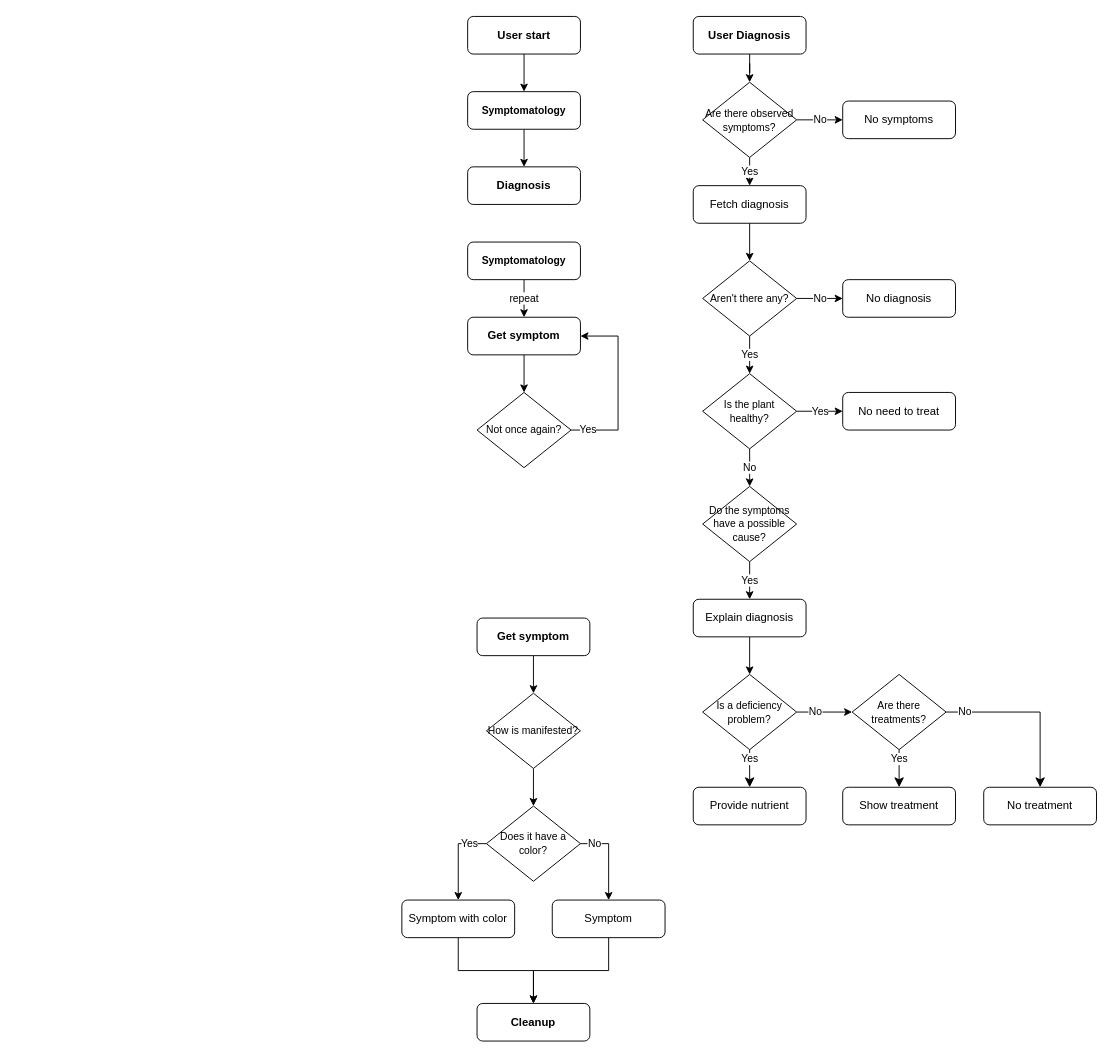
The draw.io diagram docs/user_mode_rules.drawio in francescoperagine/GreMaES, before the edit. Source tidied: cells renumbered, new cells numbered last; positions are measured from the earlier drawing's top-left corner, leaving out a move shared by most shapes. Both pictures are drawn from the tidied source at 94%, with x=0, y=0 at pixel (401, 16).
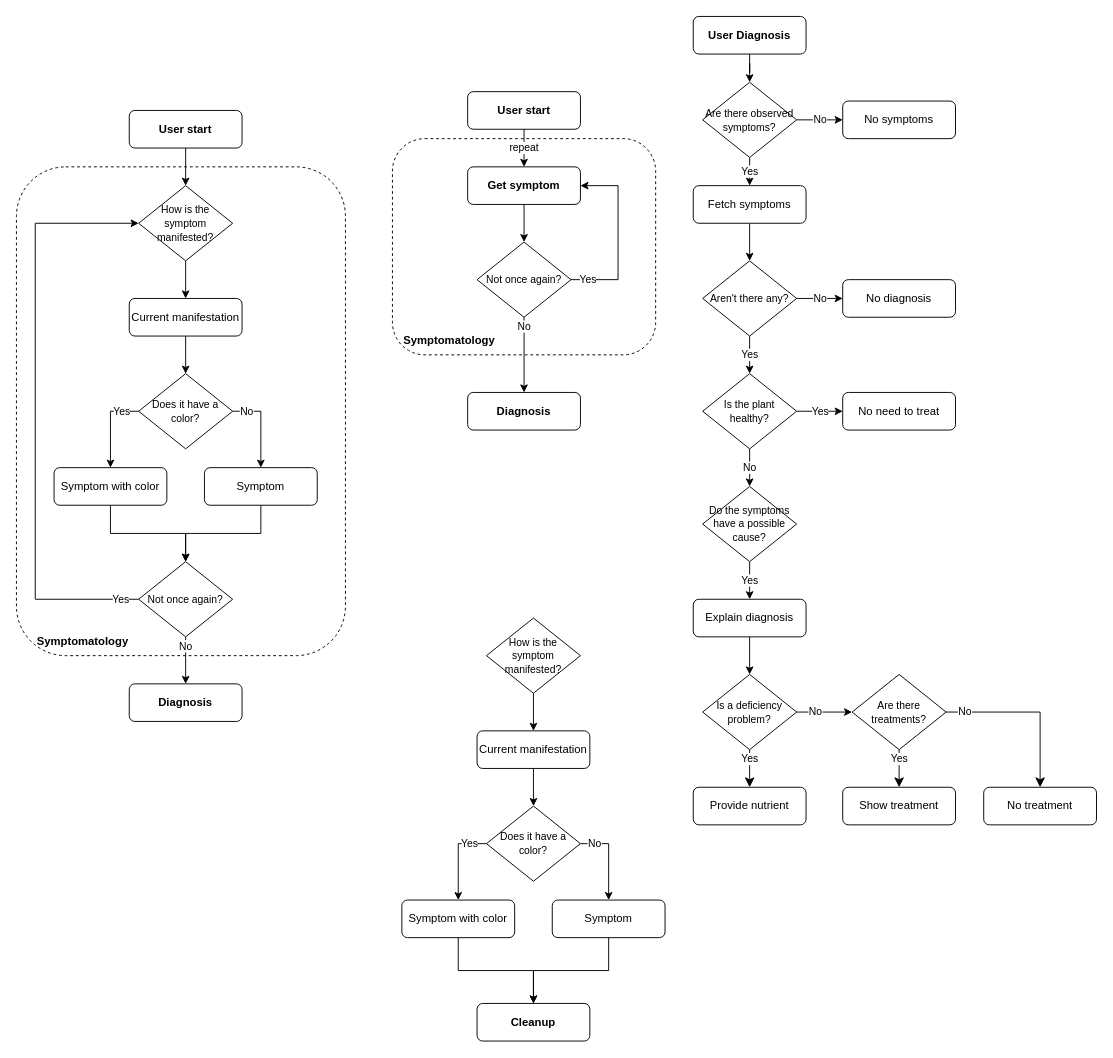
The same page after the edit.

Unchanged cells that the change refers to:
```xml
<mxCell id="11" value="&lt;span style=&quot;font-size: 11px;&quot;&gt;Does it have a color?&lt;/span&gt;" style="rhombus;whiteSpace=wrap;html=1;" parent="1" vertex="1">
  <mxGeometry x="90" y="840" width="100" height="80" as="geometry" />
</mxCell>
```

The edit, as a diff of the source:
```diff
@@
-    <mxCell id="2" style="edgeStyle=orthogonalEdgeStyle;rounded=0;jettySize=auto;html=1;" parent="1" edge="1" source="3" target="5">
-      <mxGeometry relative="1" as="geometry" />
-    </mxCell>
+    <mxCell id="54" value="No" style="edgeStyle=orthogonalEdgeStyle;rounded=0;jettySize=auto;html=1;exitX=0.5;exitY=1;exitDx=0;exitDy=0;" parent="1" edge="1" source="47" target="6">
+      <mxGeometry x="-0.75" relative="1" as="geometry" />
+    </mxCell>
+    <mxCell id="55" style="rounded=1;whiteSpace=wrap;html=1;dashed=1;fillColor=none;" parent="1" vertex="1">
+      <mxGeometry x="-10" y="130" width="280" height="230" as="geometry" />
+    </mxCell>
     <mxCell id="3" value="User start" style="rounded=1;whiteSpace=wrap;html=1;fontSize=12;glass=0;strokeWidth=1;shadow=0;fontStyle=1;" parent="1" vertex="1">
-      <mxGeometry x="70" width="120" height="40" as="geometry" />
+      <mxGeometry x="70" y="80" width="120" height="40" as="geometry" />
     </mxCell>
-    <mxCell id="4" style="edgeStyle=orthogonalEdgeStyle;rounded=0;jettySize=auto;html=1;" parent="1" edge="1" source="5" target="6">
-      <mxGeometry relative="1" as="geometry" />
-    </mxCell>
-    <mxCell id="5" value="&lt;span style=&quot;font-size: 11px;&quot;&gt;Symptomatology&lt;br&gt;&lt;/span&gt;" style="rounded=1;whiteSpace=wrap;html=1;fontSize=12;glass=0;strokeWidth=1;shadow=0;fontStyle=1;labelBackgroundColor=none;labelBorderColor=none;" parent="1" vertex="1">
-      <mxGeometry x="70" y="80" width="120" height="40" as="geometry" />
-    </mxCell>
     <mxCell id="6" value="Diagnosis" style="rounded=1;whiteSpace=wrap;html=1;fontSize=12;glass=0;strokeWidth=1;shadow=0;fontStyle=1;" parent="1" vertex="1">
-      <mxGeometry x="70" y="160" width="120" height="40" as="geometry" />
+      <mxGeometry x="70" y="400" width="120" height="40" as="geometry" />
     </mxCell>
-    <mxCell id="7" style="edgeStyle=orthogonalEdgeStyle;rounded=0;jettySize=auto;html=1;" parent="1" edge="1" source="8" target="34">
-      <mxGeometry relative="1" as="geometry" />
-    </mxCell>
-    <mxCell id="8" value="Get symptom&lt;span style=&quot;font-size: 11px;&quot;&gt;&lt;br&gt;&lt;/span&gt;" style="rounded=1;whiteSpace=wrap;html=1;fontSize=12;glass=0;strokeWidth=1;shadow=0;fontStyle=1;labelBackgroundColor=none;labelBorderColor=none;" parent="1" vertex="1">
-      <mxGeometry x="80" y="640" width="120" height="40" as="geometry" />
-    </mxCell>
@@
-    <mxCell id="33" style="edgeStyle=orthogonalEdgeStyle;rounded=0;jettySize=auto;html=1;" parent="1" edge="1" source="34" target="11">
+    <mxCell id="33" style="edgeStyle=orthogonalEdgeStyle;rounded=0;jettySize=auto;html=1;" parent="1" edge="1" source="34" target="58">
       <mxGeometry relative="1" as="geometry" />
     </mxCell>
-    <mxCell id="34" value="&lt;span style=&quot;font-size: 11px;&quot;&gt;How is manifested?&lt;/span&gt;" style="rhombus;whiteSpace=wrap;html=1;" parent="1" vertex="1">
-      <mxGeometry x="90" y="720" width="100" height="80" as="geometry" />
+    <mxCell id="34" value="&lt;span style=&quot;font-size: 11px;&quot;&gt;How is the symptom manifested?&lt;/span&gt;" style="rhombus;whiteSpace=wrap;html=1;" parent="1" vertex="1">
+      <mxGeometry x="90" y="640" width="100" height="80" as="geometry" />
     </mxCell>
@@
-    <mxCell id="36" value="Fetch diagnosis" style="rounded=1;whiteSpace=wrap;html=1;fontSize=12;glass=0;strokeWidth=1;shadow=0;fontStyle=0;" parent="1" vertex="1">
+    <mxCell id="36" value="Fetch symptoms" style="rounded=1;whiteSpace=wrap;html=1;fontSize=12;glass=0;strokeWidth=1;shadow=0;fontStyle=0;" parent="1" vertex="1">
       <mxGeometry x="310" y="180" width="120" height="40" as="geometry" />
     </mxCell>
@@
-    <mxCell id="42" value="repeat" style="edgeStyle=orthogonalEdgeStyle;rounded=0;jettySize=auto;html=1;" parent="1" edge="1" source="43" target="45">
+    <mxCell id="42" value="repeat" style="edgeStyle=orthogonalEdgeStyle;rounded=0;jettySize=auto;html=1;exitX=0.5;exitY=1;exitDx=0;exitDy=0;" parent="1" edge="1" source="3" target="45">
       <mxGeometry relative="1" as="geometry" />
     </mxCell>
-    <mxCell id="43" value="&lt;span style=&quot;font-size: 11px;&quot;&gt;Symptomatology&lt;br&gt;&lt;/span&gt;" style="rounded=1;whiteSpace=wrap;html=1;fontSize=12;glass=0;strokeWidth=1;shadow=0;fontStyle=1;labelBackgroundColor=none;labelBorderColor=none;" parent="1" vertex="1">
-      <mxGeometry x="70" y="240" width="120" height="40" as="geometry" />
-    </mxCell>
@@
     <mxCell id="45" value="Get symptom" style="rounded=1;whiteSpace=wrap;html=1;fontSize=12;glass=0;strokeWidth=1;shadow=0;fontStyle=1;labelBackgroundColor=none;labelBorderColor=none;" parent="1" vertex="1">
-      <mxGeometry x="70" y="320" width="120" height="40" as="geometry" />
+      <mxGeometry x="70" y="160" width="120" height="40" as="geometry" />
     </mxCell>
     <mxCell id="46" value="Yes" style="edgeStyle=orthogonalEdgeStyle;rounded=0;jettySize=auto;html=1;exitX=1;exitY=0.5;exitDx=0;exitDy=0;entryX=1;entryY=0.5;entryDx=0;entryDy=0;" parent="1" edge="1" source="47">
       <mxGeometry x="-0.81" relative="1" as="geometry">
-        <mxPoint x="190" y="340" as="targetPoint" />
+        <mxPoint x="190" y="180" as="targetPoint" />
         <Array as="points">
-          <mxPoint x="230" y="440" />
-          <mxPoint x="230" y="340" />
+          <mxPoint x="230" y="280" />
+          <mxPoint x="230" y="180" />
         </Array>
       </mxGeometry>
     </mxCell>
     <mxCell id="47" value="&lt;span style=&quot;font-size: 11px;&quot;&gt;Not once again?&lt;/span&gt;" style="rhombus;whiteSpace=wrap;html=1;" parent="1" vertex="1">
-      <mxGeometry x="80" y="400" width="100" height="80" as="geometry" />
+      <mxGeometry x="80" y="240" width="100" height="80" as="geometry" />
     </mxCell>
@@
+    <mxCell id="56" value="Symptomatology" style="text;html=1;strokeColor=none;fillColor=none;align=left;verticalAlign=middle;whiteSpace=wrap;rounded=0;fontStyle=1;" parent="1" vertex="1">
+      <mxGeometry y="330" width="110" height="30" as="geometry" />
+    </mxCell>
+    <mxCell id="57" style="edgeStyle=orthogonalEdgeStyle;rounded=0;jettySize=auto;html=1;" parent="1" edge="1" source="58" target="11">
+      <mxGeometry relative="1" as="geometry" />
+    </mxCell>
+    <mxCell id="58" value="Current manifestation" style="rounded=1;whiteSpace=wrap;html=1;fontSize=12;glass=0;strokeWidth=1;shadow=0;" parent="1" vertex="1">
+      <mxGeometry x="80" y="760" width="120" height="40" as="geometry" />
+    </mxCell>
+    <mxCell id="59" value="No" style="edgeStyle=orthogonalEdgeStyle;rounded=0;jettySize=auto;html=1;exitX=0.5;exitY=1;exitDx=0;exitDy=0;" parent="1" edge="1" source="72" target="62">
+      <mxGeometry x="-0.6" relative="1" as="geometry" />
+    </mxCell>
+    <mxCell id="60" style="rounded=1;whiteSpace=wrap;html=1;dashed=1;fillColor=none;" parent="1" vertex="1">
+      <mxGeometry x="-410" y="160" width="350" height="520" as="geometry" />
+    </mxCell>
+    <mxCell id="61" value="User start" style="rounded=1;whiteSpace=wrap;html=1;fontSize=12;glass=0;strokeWidth=1;shadow=0;fontStyle=1;" parent="1" vertex="1">
+      <mxGeometry x="-290" y="100" width="120" height="40" as="geometry" />
+    </mxCell>
+    <mxCell id="62" value="Diagnosis" style="rounded=1;whiteSpace=wrap;html=1;fontSize=12;glass=0;strokeWidth=1;shadow=0;fontStyle=1;" parent="1" vertex="1">
+      <mxGeometry x="-290" y="710" width="120" height="40" as="geometry" />
+    </mxCell>
+    <mxCell id="63" value="Yes" style="edgeStyle=orthogonalEdgeStyle;rounded=0;jettySize=auto;html=1;exitX=0;exitY=0.5;exitDx=0;exitDy=0;" parent="1" edge="1" source="65" target="67">
+      <mxGeometry x="-0.6" relative="1" as="geometry" />
+    </mxCell>
+    <mxCell id="64" value="No" style="edgeStyle=orthogonalEdgeStyle;rounded=0;jettySize=auto;html=1;exitX=1;exitY=0.5;exitDx=0;exitDy=0;" parent="1" edge="1" source="65" target="74">
+      <mxGeometry x="-0.67" relative="1" as="geometry" />
+    </mxCell>
+    <mxCell id="65" value="&lt;span style=&quot;font-size: 11px;&quot;&gt;Does it have a color?&lt;/span&gt;" style="rhombus;whiteSpace=wrap;html=1;" parent="1" vertex="1">
+      <mxGeometry x="-280" y="380" width="100" height="80" as="geometry" />
+    </mxCell>
+    <mxCell id="66" style="edgeStyle=orthogonalEdgeStyle;rounded=0;jettySize=auto;html=1;endArrow=classic;endFill=1;" parent="1" edge="1" source="67" target="72">
+      <mxGeometry relative="1" as="geometry" />
+    </mxCell>
+    <mxCell id="67" value="Symptom with color" style="rounded=1;whiteSpace=wrap;html=1;fontSize=12;glass=0;strokeWidth=1;shadow=0;" parent="1" vertex="1">
+      <mxGeometry x="-370" y="480" width="120" height="40" as="geometry" />
+    </mxCell>
+    <mxCell id="68" style="edgeStyle=orthogonalEdgeStyle;rounded=0;jettySize=auto;html=1;" parent="1" edge="1" source="69" target="77">
+      <mxGeometry relative="1" as="geometry" />
+    </mxCell>
+    <mxCell id="69" value="&lt;span style=&quot;font-size: 11px;&quot;&gt;How is the symptom manifested?&lt;/span&gt;" style="rhombus;whiteSpace=wrap;html=1;" parent="1" vertex="1">
+      <mxGeometry x="-280" y="180" width="100" height="80" as="geometry" />
+    </mxCell>
+    <mxCell id="70" style="edgeStyle=orthogonalEdgeStyle;rounded=0;jettySize=auto;html=1;exitX=0.5;exitY=1;exitDx=0;exitDy=0;entryX=0.5;entryY=0;entryDx=0;entryDy=0;" parent="1" edge="1" source="61" target="69">
+      <mxGeometry x="0.5" y="20" relative="1" as="geometry" />
+    </mxCell>
+    <mxCell id="71" value="Yes" style="edgeStyle=orthogonalEdgeStyle;rounded=0;jettySize=auto;html=1;exitX=0;exitY=0.5;exitDx=0;exitDy=0;entryX=0;entryY=0.5;entryDx=0;entryDy=0;" parent="1" edge="1" source="72" target="69">
+      <mxGeometry x="-0.94" relative="1" as="geometry">
+        <Array as="points">
+          <mxPoint x="-390" y="620" />
+          <mxPoint x="-390" y="220" />
+        </Array>
+      </mxGeometry>
+    </mxCell>
+    <mxCell id="72" value="&lt;span style=&quot;font-size: 11px;&quot;&gt;Not once again?&lt;/span&gt;" style="rhombus;whiteSpace=wrap;html=1;" parent="1" vertex="1">
+      <mxGeometry x="-280" y="580" width="100" height="80" as="geometry" />
+    </mxCell>
+    <mxCell id="73" style="edgeStyle=orthogonalEdgeStyle;rounded=0;jettySize=auto;html=1;endArrow=classic;endFill=1;" parent="1" edge="1" source="74" target="72">
+      <mxGeometry relative="1" as="geometry" />
+    </mxCell>
+    <mxCell id="74" value="Symptom" style="rounded=1;whiteSpace=wrap;html=1;fontSize=12;glass=0;strokeWidth=1;shadow=0;" parent="1" vertex="1">
+      <mxGeometry x="-210" y="480" width="120" height="40" as="geometry" />
+    </mxCell>
+    <mxCell id="75" value="Symptomatology" style="text;html=1;strokeColor=none;fillColor=none;align=left;verticalAlign=middle;whiteSpace=wrap;rounded=0;fontStyle=1;" parent="1" vertex="1">
+      <mxGeometry x="-390" y="650" width="110" height="30" as="geometry" />
+    </mxCell>
+    <mxCell id="76" style="edgeStyle=orthogonalEdgeStyle;rounded=0;jettySize=auto;html=1;" parent="1" edge="1" source="77" target="65">
+      <mxGeometry relative="1" as="geometry" />
+    </mxCell>
+    <mxCell id="77" value="Current manifestation" style="rounded=1;whiteSpace=wrap;html=1;fontSize=12;glass=0;strokeWidth=1;shadow=0;" parent="1" vertex="1">
+      <mxGeometry x="-290" y="300" width="120" height="40" as="geometry" />
+    </mxCell>
```
